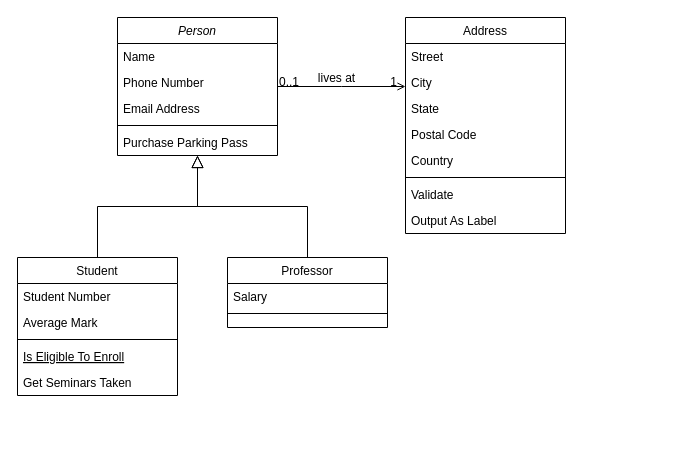
pirtah/UML_cours keeps this draw.io diagram as Untitled Diagram.drawio. Above is the earlier version. Source tidied: cells renumbered, new cells numbered last; positions are measured from the earlier drawing's top-left corner, leaving out a move shared by most shapes. Both pictures are drawn from the tidied source at 100%, with x=0, y=0 at pixel (17, 17).
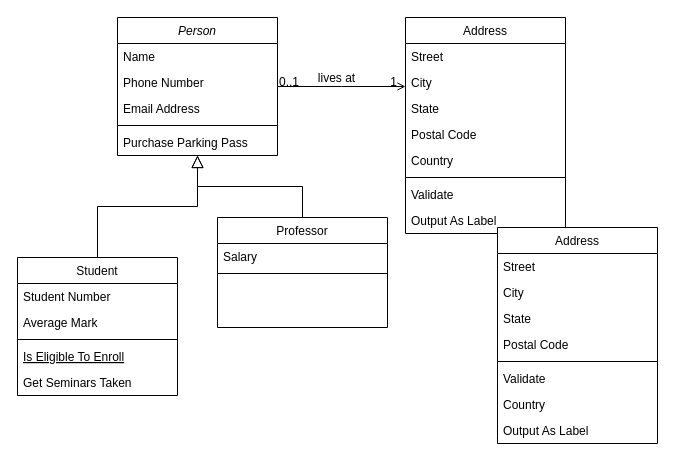
After the change.

Change to the diagram source:
```diff
@@
     <mxCell id="15" value="Professor" style="swimlane;fontStyle=0;align=center;verticalAlign=top;horizontal=1;startSize=26;rounded=0;shadow=0;strokeWidth=1;" parent="1" vertex="1">
-      <mxGeometry x="210" y="240" width="160" height="70" as="geometry" />
+      <mxGeometry x="200" y="200" width="170" height="110" as="geometry" />
     </mxCell>
     <mxCell id="16" value="Salary" style="text;align=left;verticalAlign=top;spacingLeft=4;spacingRight=4;overflow=hidden;" parent="15" vertex="1">
-      <mxGeometry y="26" width="160" height="26" as="geometry" />
+      <mxGeometry y="26" width="170" height="26" as="geometry" />
     </mxCell>
     <mxCell id="17" style="line;html=1;strokeWidth=1;align=left;verticalAlign=middle;spacingTop=-1;spacingLeft=3;spacingRight=3;labelPosition=right;" parent="15" vertex="1">
-      <mxGeometry y="52" width="160" height="8" as="geometry" />
+      <mxGeometry y="52" width="170" height="8" as="geometry" />
     </mxCell>
@@
+    <mxCell id="32" value="Address" style="swimlane;fontStyle=0;align=center;verticalAlign=top;horizontal=1;startSize=26;rounded=0;shadow=0;strokeWidth=1;" parent="1" vertex="1">
+      <mxGeometry x="480" y="210" width="160" height="216" as="geometry" />
+    </mxCell>
+    <mxCell id="33" value="Street" style="text;align=left;verticalAlign=top;spacingLeft=4;spacingRight=4;overflow=hidden;" parent="32" vertex="1">
+      <mxGeometry y="26" width="160" height="26" as="geometry" />
+    </mxCell>
+    <mxCell id="34" value="City" style="text;align=left;verticalAlign=top;spacingLeft=4;spacingRight=4;overflow=hidden;rounded=0;shadow=0;html=0;" parent="32" vertex="1">
+      <mxGeometry y="52" width="160" height="26" as="geometry" />
+    </mxCell>
+    <mxCell id="35" value="State" style="text;align=left;verticalAlign=top;spacingLeft=4;spacingRight=4;overflow=hidden;rounded=0;shadow=0;html=0;" parent="32" vertex="1">
+      <mxGeometry y="78" width="160" height="26" as="geometry" />
+    </mxCell>
+    <mxCell id="36" value="Postal Code" style="text;align=left;verticalAlign=top;spacingLeft=4;spacingRight=4;overflow=hidden;rounded=0;shadow=0;html=0;" parent="32" vertex="1">
+      <mxGeometry y="104" width="160" height="26" as="geometry" />
+    </mxCell>
+    <mxCell id="37" style="line;html=1;strokeWidth=1;align=left;verticalAlign=middle;spacingTop=-1;spacingLeft=3;spacingRight=3;labelPosition=right;" parent="32" vertex="1">
+      <mxGeometry y="130" width="160" height="8" as="geometry" />
+    </mxCell>
+    <mxCell id="38" value="Validate" style="text;align=left;verticalAlign=top;spacingLeft=4;spacingRight=4;overflow=hidden;" parent="32" vertex="1">
+      <mxGeometry y="138" width="160" height="26" as="geometry" />
+    </mxCell>
+    <mxCell id="39" value="Country" style="text;align=left;verticalAlign=top;spacingLeft=4;spacingRight=4;overflow=hidden;rounded=0;shadow=0;html=0;" parent="32" vertex="1">
+      <mxGeometry y="164" width="160" height="26" as="geometry" />
+    </mxCell>
+    <mxCell id="40" value="Output As Label" style="text;align=left;verticalAlign=top;spacingLeft=4;spacingRight=4;overflow=hidden;" parent="32" vertex="1">
+      <mxGeometry y="190" width="160" height="26" as="geometry" />
+    </mxCell>
```
